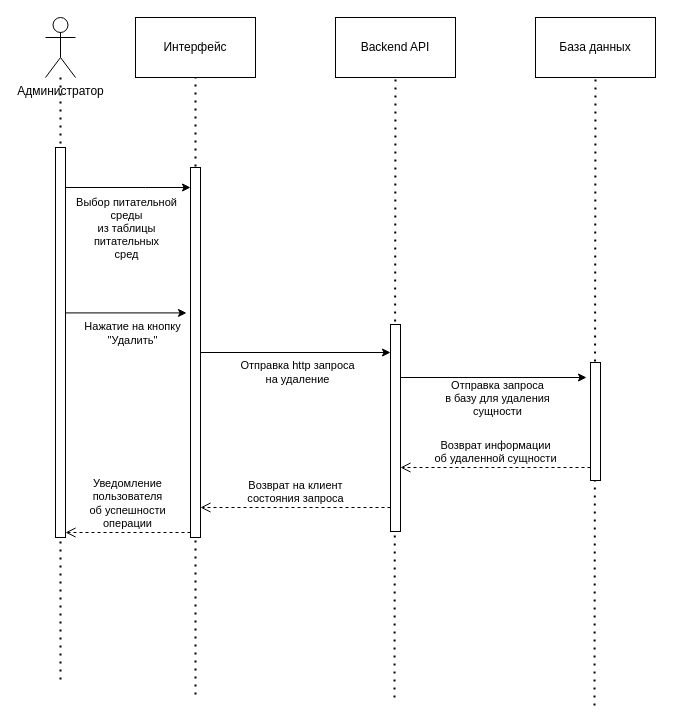
Before: sequence_delete-mediums.drawio in eva01pilot/plant-tissue-diagrams, a draw.io diagram. Source tidied: cells renumbered, new cells numbered last; positions are measured from the earlier drawing's top-left corner, leaving out a move shared by most shapes. Both pictures are drawn from the tidied source at 100%, with x=0, y=0 at pixel (45, 17).
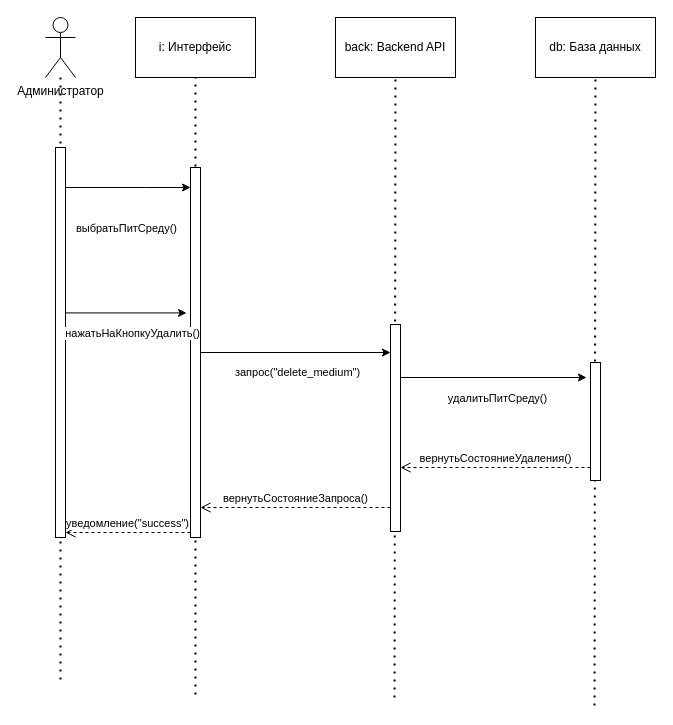
After the change.

The change refers to these unchanged cells:
```xml
<mxCell id="8" style="html=1;points=[[0,0,0,0,5],[0,1,0,0,-5],[1,0,0,0,5],[1,1,0,0,-5]];perimeter=orthogonalPerimeter;outlineConnect=0;targetShapes=umlLifeline;portConstraint=eastwest;newEdgeStyle={&quot;curved&quot;:0,&quot;rounded&quot;:0};" parent="1" vertex="1">
  <mxGeometry x="10" y="130" width="10" height="390" as="geometry" />
</mxCell>
<mxCell id="9" style="html=1;points=[[0,0,0,0,5],[0,1,0,0,-5],[1,0,0,0,5],[1,1,0,0,-5]];perimeter=orthogonalPerimeter;outlineConnect=0;targetShapes=umlLifeline;portConstraint=eastwest;newEdgeStyle={&quot;curved&quot;:0,&quot;rounded&quot;:0};" parent="1" vertex="1">
  <mxGeometry x="145" y="150" width="10" height="370" as="geometry" />
</mxCell>
<mxCell id="11" style="html=1;points=[[0,0,0,0,5],[0,1,0,0,-5],[1,0,0,0,5],[1,1,0,0,-5]];perimeter=orthogonalPerimeter;outlineConnect=0;targetShapes=umlLifeline;portConstraint=eastwest;newEdgeStyle={&quot;curved&quot;:0,&quot;rounded&quot;:0};" parent="1" vertex="1">
  <mxGeometry x="345" y="307" width="10" height="207" as="geometry" />
</mxCell>
<mxCell id="13" style="html=1;points=[[0,0,0,0,5],[0,1,0,0,-5],[1,0,0,0,5],[1,1,0,0,-5]];perimeter=orthogonalPerimeter;outlineConnect=0;targetShapes=umlLifeline;portConstraint=eastwest;newEdgeStyle={&quot;curved&quot;:0,&quot;rounded&quot;:0};" parent="1" vertex="1">
  <mxGeometry x="545" y="345" width="10" height="118" as="geometry" />
</mxCell>
<mxCell id="14" style="endArrow=classic;html=1;rounded=0;" parent="1" edge="1">
  <mxGeometry relative="1" as="geometry">
    <mxPoint x="20" y="170" as="sourcePoint" />
    <mxPoint x="145" y="170" as="targetPoint" />
    <Array as="points">
      <mxPoint x="100" y="170" />
    </Array>
  </mxGeometry>
</mxCell>
<mxCell id="16" style="endArrow=classic;html=1;rounded=0;entryX=-0.4;entryY=0.393;entryDx=0;entryDy=0;entryPerimeter=0;" parent="1" edge="1" source="8" target="9">
  <mxGeometry relative="1" as="geometry" />
</mxCell>
<mxCell id="18" style="endArrow=classic;html=1;rounded=0;" parent="1" edge="1" source="9" target="11">
  <mxGeometry relative="1" as="geometry" />
</mxCell>
<mxCell id="20" style="endArrow=classic;html=1;rounded=0;entryX=-0.4;entryY=0.697;entryDx=0;entryDy=0;entryPerimeter=0;" parent="1" edge="1">
  <mxGeometry relative="1" as="geometry">
    <mxPoint x="355" y="360" as="sourcePoint" />
    <mxPoint x="541" y="360" as="targetPoint" />
  </mxGeometry>
</mxCell>
```

What changed in the source:
```diff
@@
-    <mxCell id="7" value="Интерфейс" style="rounded=0;whiteSpace=wrap;html=1;" parent="1" vertex="1">
+    <mxCell id="7" value="i: Интерфейс" style="rounded=0;whiteSpace=wrap;html=1;" parent="1" vertex="1">
       <mxGeometry x="90" width="120" height="60" as="geometry" />
     </mxCell>
@@
-    <mxCell id="10" value="Backend API" style="rounded=0;whiteSpace=wrap;html=1;" parent="1" vertex="1">
+    <mxCell id="10" value="back: Backend API" style="rounded=0;whiteSpace=wrap;html=1;" parent="1" vertex="1">
       <mxGeometry x="290" width="120" height="60" as="geometry" />
     </mxCell>
@@
-    <mxCell id="12" value="База данных" style="rounded=0;whiteSpace=wrap;html=1;" parent="1" vertex="1">
+    <mxCell id="12" value="db: База данных" style="rounded=0;whiteSpace=wrap;html=1;" parent="1" vertex="1">
       <mxGeometry x="490" width="120" height="60" as="geometry" />
     </mxCell>
@@
-    <mxCell id="15" value="&lt;div&gt;Выбор питательной&lt;/div&gt;&lt;div&gt;среды&lt;br&gt;&lt;/div&gt;&lt;div&gt;из таблицы&lt;/div&gt;&lt;div&gt;питательных&lt;br&gt;&lt;/div&gt;&lt;div&gt;сред&lt;br&gt;&lt;/div&gt;" style="edgeLabel;html=1;align=center;verticalAlign=middle;" parent="14" vertex="1">
+    <mxCell id="15" value="выбратьПитСреду()" style="edgeLabel;html=1;align=center;verticalAlign=middle;" parent="14" vertex="1">
       <mxGeometry x="-0.28" relative="1" as="geometry">
         <mxPoint x="15" y="40" as="offset" />
       </mxGeometry>
     </mxCell>
@@
-    <mxCell id="17" value="&lt;div&gt;Нажатие на кнопку&lt;/div&gt;&lt;div&gt;&quot;Удалить&quot;&lt;br&gt;&lt;/div&gt;" style="edgeLabel;html=1;align=center;verticalAlign=middle;" parent="16" vertex="1">
+    <mxCell id="17" value="нажатьНаКнопкуУдалить()" style="edgeLabel;html=1;align=center;verticalAlign=middle;" parent="16" vertex="1">
       <mxGeometry x="-0.16" y="-1" relative="1" as="geometry">
         <mxPoint x="15" y="19" as="offset" />
       </mxGeometry>
     </mxCell>
@@
-    <mxCell id="19" value="&lt;div&gt;Отправка http запроса&lt;/div&gt;&lt;div&gt;на удаление&lt;br&gt;&lt;/div&gt;" style="edgeLabel;html=1;align=center;verticalAlign=middle;" parent="18" vertex="1">
+    <mxCell id="19" value="запрос(&quot;delete_medium&quot;)" style="edgeLabel;html=1;align=center;verticalAlign=middle;" parent="18" vertex="1">
       <mxGeometry x="-0.32" relative="1" as="geometry">
         <mxPoint x="31" y="19" as="offset" />
       </mxGeometry>
     </mxCell>
@@
-    <mxCell id="21" value="&lt;div&gt;Отправка запроса&lt;/div&gt;&lt;div&gt;в базу для удаления&lt;/div&gt;&lt;div&gt;сущности&lt;br&gt;&lt;/div&gt;" style="edgeLabel;html=1;align=center;verticalAlign=middle;" parent="20" vertex="1">
+    <mxCell id="21" value="удалитьПитСреду()" style="edgeLabel;html=1;align=center;verticalAlign=middle;" parent="20" vertex="1">
       <mxGeometry x="0.24" y="-2" relative="1" as="geometry">
         <mxPoint x="-19" y="18" as="offset" />
       </mxGeometry>
     </mxCell>
-    <mxCell id="22" value="&lt;div&gt;Возврат информации &lt;br&gt;&lt;/div&gt;&lt;div&gt;об удаленной сущности&lt;br&gt;&lt;/div&gt;" style="html=1;verticalAlign=bottom;endArrow=open;dashed=1;endSize=8;curved=0;rounded=0;" parent="1" edge="1" source="13" target="11">
+    <mxCell id="22" value="вернутьСостояниеУдаления()" style="html=1;verticalAlign=bottom;endArrow=open;dashed=1;endSize=8;curved=0;rounded=0;" parent="1" edge="1" source="13" target="11">
       <mxGeometry relative="1" as="geometry">
         <Array as="points">
           <mxPoint x="451" y="450" />
         </Array>
       </mxGeometry>
     </mxCell>
-    <mxCell id="23" value="&lt;div&gt;Возврат на клиент &lt;br&gt;&lt;/div&gt;&lt;div&gt;состояния запроса&lt;br&gt;&lt;/div&gt;" style="html=1;verticalAlign=bottom;endArrow=open;dashed=1;endSize=8;curved=0;rounded=0;" parent="1" edge="1">
+    <mxCell id="23" value="вернутьСостояниеЗапроса()" style="html=1;verticalAlign=bottom;endArrow=open;dashed=1;endSize=8;curved=0;rounded=0;" parent="1" edge="1">
       <mxGeometry relative="1" as="geometry">
         <mxPoint x="345" y="490" as="sourcePoint" />
         <mxPoint x="155" y="490" as="targetPoint" />
       </mxGeometry>
     </mxCell>
-    <mxCell id="24" value="&lt;div&gt;Уведомление &lt;br&gt;&lt;/div&gt;&lt;div&gt;пользователя&lt;/div&gt;&lt;div&gt;об успешности &lt;br&gt;&lt;/div&gt;&lt;div&gt;операции&lt;br&gt;&lt;/div&gt;" style="html=1;verticalAlign=bottom;endArrow=open;dashed=1;endSize=8;curved=0;rounded=0;entryX=1;entryY=1;entryDx=0;entryDy=-5;entryPerimeter=0;" parent="1" edge="1" source="9" target="8">
+    <mxCell id="24" value="уведомление(&quot;success&quot;)" style="html=1;verticalAlign=bottom;endArrow=open;dashed=1;endSize=8;curved=0;rounded=0;entryX=1;entryY=1;entryDx=0;entryDy=-5;entryPerimeter=0;" parent="1" edge="1" source="9" target="8">
       <mxGeometry relative="1" as="geometry" />
     </mxCell>
```
